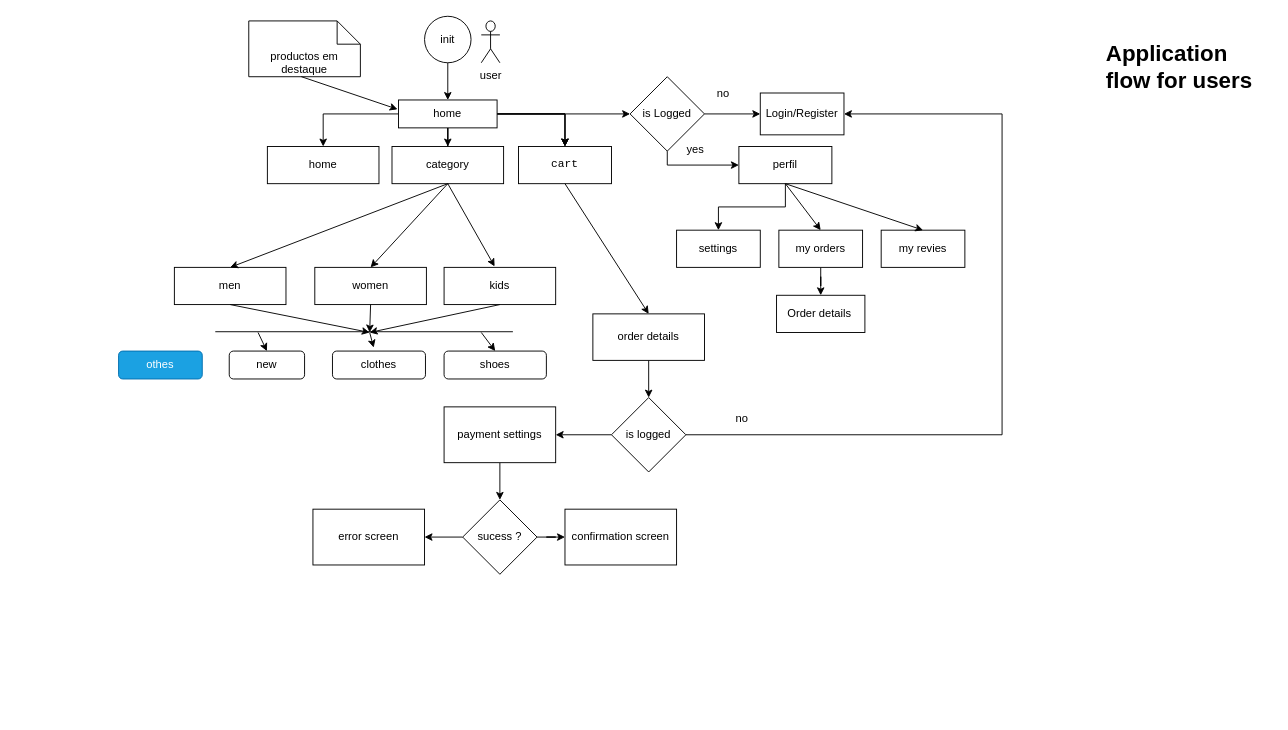
KahiloMassango/loja-das-coisas-app keeps this draw.io diagram as diagrams/userAppFlow_Diagram.drawio. Above is the earlier version. Source tidied: cells renumbered, new cells numbered last; positions are measured from the earlier drawing's top-left corner, leaving out a move shared by most shapes. Both pictures are drawn from the tidied source at 93%, with x=0, y=0 at pixel (118, 16).
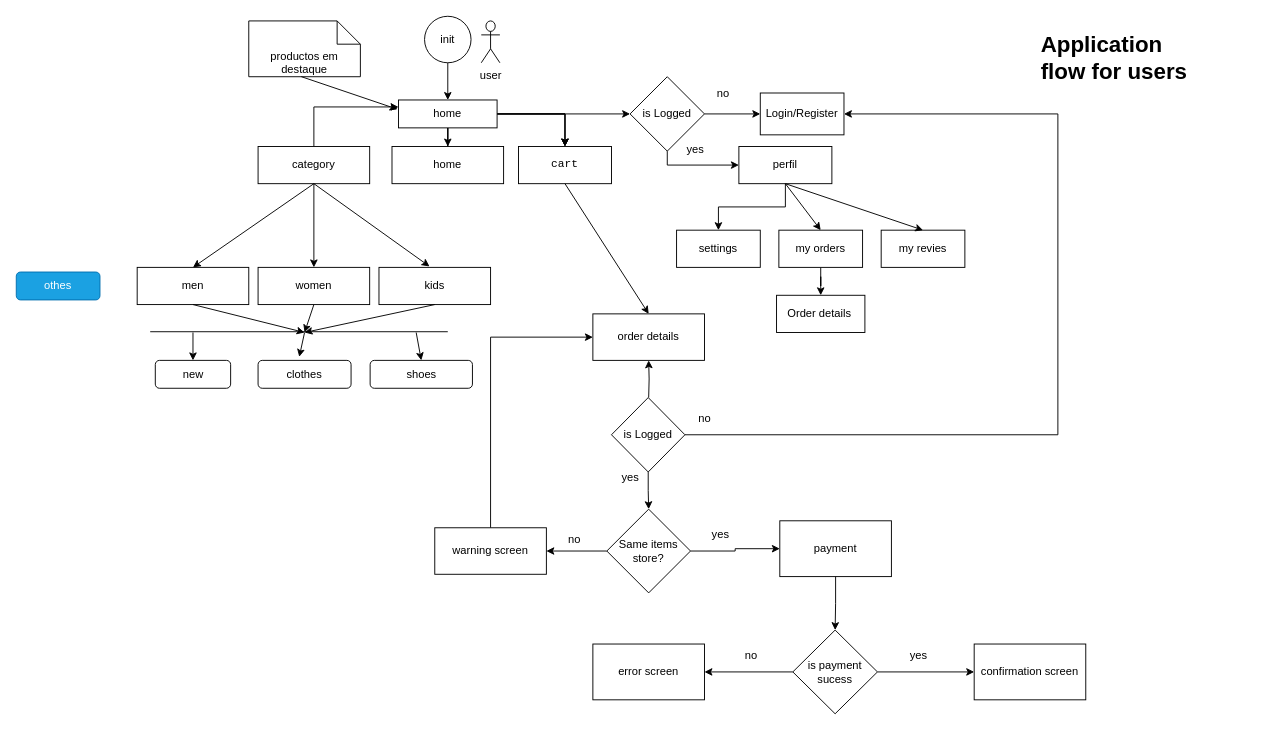
The same page after the edit.

Commit message:
refatoring diagram

The change refers to these unchanged cells:
```xml
<mxCell id="11" value="home" style="whiteSpace=wrap;html=1;" parent="1" vertex="1">
  <mxGeometry x="301" y="90" width="106" height="30" as="geometry" />
</mxCell>
<mxCell id="22" value="Login/Register" style="whiteSpace=wrap;html=1;" parent="1" vertex="1">
  <mxGeometry x="690" y="82.5" width="90" height="45" as="geometry" />
</mxCell>
<mxCell id="50" value="order details" style="rounded=0;whiteSpace=wrap;html=1;" parent="1" vertex="1">
  <mxGeometry x="510" y="320" width="120" height="50" as="geometry" />
</mxCell>
```

The edit, as a diff of the source:
```diff
@@
-    <mxCell id="5" style="edgeStyle=orthogonalEdgeStyle;rounded=0;jettySize=auto;html=1;" parent="1" edge="1" source="11" target="14">
-      <mxGeometry relative="1" as="geometry" />
-    </mxCell>
-    <mxCell id="6" style="edgeStyle=orthogonalEdgeStyle;rounded=0;jettySize=auto;html=1;" parent="1" edge="1" source="11" target="15">
-      <mxGeometry relative="1" as="geometry" />
-    </mxCell>
@@
+    <mxCell id="5" style="edgeStyle=orthogonalEdgeStyle;rounded=0;jettySize=auto;html=1;exitX=0.5;exitY=1;exitDx=0;exitDy=0;" parent="1" edge="1" source="11" target="14">
+      <mxGeometry relative="1" as="geometry" />
+    </mxCell>
@@
     <mxCell id="14" value="home" style="whiteSpace=wrap;html=1;" parent="1" vertex="1">
-      <mxGeometry x="160" y="140" width="120" height="40" as="geometry" />
+      <mxGeometry x="294" y="140" width="120" height="40" as="geometry" />
     </mxCell>
+    <mxCell id="64" style="edgeStyle=orthogonalEdgeStyle;rounded=0;jettySize=auto;html=1;exitX=0.5;exitY=0;exitDx=0;exitDy=0;entryX=0;entryY=0.25;entryDx=0;entryDy=0;" parent="1" edge="1" source="15" target="11">
+      <mxGeometry relative="1" as="geometry" />
+    </mxCell>
     <mxCell id="15" value="category" style="whiteSpace=wrap;html=1;" parent="1" vertex="1">
-      <mxGeometry x="294" y="140" width="120" height="40" as="geometry" />
+      <mxGeometry x="150" y="140" width="120" height="40" as="geometry" />
     </mxCell>
@@
     <mxCell id="32" value="men" style="whiteSpace=wrap;html=1;" parent="1" vertex="1">
-      <mxGeometry x="60" y="270" width="120" height="40" as="geometry" />
+      <mxGeometry x="20" y="270" width="120" height="40" as="geometry" />
     </mxCell>
     <mxCell id="33" value="kids" style="whiteSpace=wrap;html=1;" parent="1" vertex="1">
-      <mxGeometry x="350" y="270" width="120" height="40" as="geometry" />
+      <mxGeometry x="280" y="270" width="120" height="40" as="geometry" />
     </mxCell>
     <mxCell id="34" value="women" style="whiteSpace=wrap;html=1;" parent="1" vertex="1">
-      <mxGeometry x="211" y="270" width="120" height="40" as="geometry" />
+      <mxGeometry x="150" y="270" width="120" height="40" as="geometry" />
     </mxCell>
@@
     <mxCell id="38" value="new" style="rounded=1;whiteSpace=wrap;html=1;" parent="1" vertex="1">
-      <mxGeometry x="119" y="360" width="81" height="30" as="geometry" />
+      <mxGeometry x="39.5" y="370" width="81" height="30" as="geometry" />
     </mxCell>
     <mxCell id="39" value="clothes" style="rounded=1;whiteSpace=wrap;html=1;" parent="1" vertex="1">
-      <mxGeometry x="230" y="360" width="100" height="30" as="geometry" />
+      <mxGeometry x="150" y="370" width="100" height="30" as="geometry" />
     </mxCell>
     <mxCell id="40" value="othes" style="rounded=1;whiteSpace=wrap;html=1;fillColor=#1ba1e2;fontColor=#ffffff;strokeColor=#006EAF;" parent="1" vertex="1">
-      <mxGeometry y="360" width="90" height="30" as="geometry" />
+      <mxGeometry x="-110" y="275" width="90" height="30" as="geometry" />
     </mxCell>
     <mxCell id="41" value="shoes" style="rounded=1;whiteSpace=wrap;html=1;" parent="1" vertex="1">
-      <mxGeometry x="350" y="360" width="110" height="30" as="geometry" />
+      <mxGeometry x="270.5" y="370" width="110" height="30" as="geometry" />
     </mxCell>
     <mxCell id="42" style="endArrow=none;html=1;rounded=0;" parent="1" edge="1">
       <mxGeometry relative="1" as="geometry">
-        <mxPoint x="104" y="339.2" as="sourcePoint" />
-        <mxPoint x="424" y="339.2" as="targetPoint" />
+        <mxPoint x="34" y="339.2" as="sourcePoint" />
+        <mxPoint x="354" y="339.2" as="targetPoint" />
       </mxGeometry>
     </mxCell>
     <mxCell id="43" style="endArrow=classic;html=1;rounded=0;exitX=0.5;exitY=1;exitDx=0;exitDy=0;" parent="1" edge="1" source="32">
       <mxGeometry relative="1" as="geometry">
-        <mxPoint x="270" y="340" as="targetPoint" />
+        <mxPoint x="200" y="340" as="targetPoint" />
       </mxGeometry>
     </mxCell>
     <mxCell id="44" style="endArrow=classic;html=1;rounded=0;exitX=0.5;exitY=1;exitDx=0;exitDy=0;" parent="1" edge="1" source="34">
       <mxGeometry relative="1" as="geometry">
-        <mxPoint x="270" y="340" as="targetPoint" />
+        <mxPoint x="200" y="340" as="targetPoint" />
       </mxGeometry>
     </mxCell>
     <mxCell id="45" style="endArrow=classic;html=1;rounded=0;exitX=0.5;exitY=1;exitDx=0;exitDy=0;" parent="1" edge="1" source="33">
       <mxGeometry relative="1" as="geometry">
-        <mxPoint x="270" y="340" as="targetPoint" />
+        <mxPoint x="200" y="340" as="targetPoint" />
       </mxGeometry>
     </mxCell>
     <mxCell id="46" style="endArrow=classic;html=1;rounded=0;entryX=0.5;entryY=0;entryDx=0;entryDy=0;" parent="1" edge="1" target="38">
       <mxGeometry relative="1" as="geometry">
-        <mxPoint x="150" y="340" as="sourcePoint" />
+        <mxPoint x="80" y="340" as="sourcePoint" />
       </mxGeometry>
     </mxCell>
     <mxCell id="47" style="endArrow=classic;html=1;rounded=0;entryX=0.443;entryY=-0.125;entryDx=0;entryDy=0;entryPerimeter=0;" parent="1" edge="1" target="39">
       <mxGeometry relative="1" as="geometry">
-        <mxPoint x="270" y="340" as="sourcePoint" />
+        <mxPoint x="200" y="340" as="sourcePoint" />
       </mxGeometry>
     </mxCell>
     <mxCell id="48" style="endArrow=classic;html=1;rounded=0;entryX=0.5;entryY=0;entryDx=0;entryDy=0;" parent="1" edge="1" target="41">
       <mxGeometry relative="1" as="geometry">
-        <mxPoint x="390" y="340" as="sourcePoint" />
+        <mxPoint x="320" y="340" as="sourcePoint" />
       </mxGeometry>
     </mxCell>
-    <mxCell id="49" style="edgeStyle=orthogonalEdgeStyle;rounded=0;jettySize=auto;html=1;" parent="1" edge="1" source="50" target="54">
-      <mxGeometry relative="1" as="geometry" />
-    </mxCell>
@@
-    <mxCell id="52" style="edgeStyle=orthogonalEdgeStyle;rounded=0;jettySize=auto;html=1;entryX=1;entryY=0.5;entryDx=0;entryDy=0;" parent="1" edge="1" source="54" target="22">
-      <mxGeometry relative="1" as="geometry">
-        <Array as="points">
-          <mxPoint x="950" y="450" />
-          <mxPoint x="950" y="105" />
-        </Array>
-      </mxGeometry>
-    </mxCell>
-    <mxCell id="53" style="edgeStyle=orthogonalEdgeStyle;rounded=0;jettySize=auto;html=1;" parent="1" edge="1" source="54" target="57">
-      <mxGeometry relative="1" as="geometry" />
-    </mxCell>
-    <mxCell id="54" value="is logged" style="rhombus;whiteSpace=wrap;html=1;rounded=0;" parent="1" vertex="1">
-      <mxGeometry x="530" y="410" width="80" height="80" as="geometry" />
-    </mxCell>
-    <mxCell id="55" value="no" style="text;html=1;align=center;verticalAlign=middle;strokeColor=none;fillColor=none;" parent="1" vertex="1">
-      <mxGeometry x="650" y="418" width="40" height="30" as="geometry" />
-    </mxCell>
-    <mxCell id="56" style="edgeStyle=orthogonalEdgeStyle;rounded=0;jettySize=auto;html=1;" parent="1" edge="1" source="57" target="60">
-      <mxGeometry relative="1" as="geometry" />
-    </mxCell>
-    <mxCell id="57" value="payment settings" style="whiteSpace=wrap;html=1;rounded=0;" parent="1" vertex="1">
-      <mxGeometry x="350" y="420" width="120" height="60" as="geometry" />
+    <mxCell id="57" value="payment" style="whiteSpace=wrap;html=1;rounded=0;" parent="1" vertex="1">
+      <mxGeometry x="711" y="542.5" width="120" height="60" as="geometry" />
     </mxCell>
-    <mxCell id="58" style="edgeStyle=orthogonalEdgeStyle;rounded=0;jettySize=auto;html=1;" parent="1" edge="1" source="60" target="61">
+    <mxCell id="58" style="edgeStyle=orthogonalEdgeStyle;rounded=0;jettySize=auto;html=1;entryX=1;entryY=0.5;entryDx=0;entryDy=0;" parent="1" edge="1" source="60" target="61">
       <mxGeometry relative="1" as="geometry" />
     </mxCell>
@@
-    <mxCell id="60" value="sucess ?" style="rhombus;whiteSpace=wrap;html=1;rounded=0;" parent="1" vertex="1">
-      <mxGeometry x="370" y="520" width="80" height="80" as="geometry" />
+    <mxCell id="60" value="is payment&lt;br&gt;sucess" style="rhombus;whiteSpace=wrap;html=1;rounded=0;" parent="1" vertex="1">
+      <mxGeometry x="725" y="660" width="91" height="90" as="geometry" />
     </mxCell>
     <mxCell id="61" value="error screen" style="whiteSpace=wrap;html=1;rounded=0;" parent="1" vertex="1">
-      <mxGeometry x="209" y="530" width="120" height="60" as="geometry" />
+      <mxGeometry x="510" y="675" width="120" height="60" as="geometry" />
     </mxCell>
     <mxCell id="62" value="confirmation screen" style="whiteSpace=wrap;html=1;rounded=0;" parent="1" vertex="1">
-      <mxGeometry x="480" y="530" width="120" height="60" as="geometry" />
+      <mxGeometry x="920" y="675" width="120" height="60" as="geometry" />
     </mxCell>
     <mxCell id="63" value="&lt;h1 style=&quot;margin-top: 0px;&quot;&gt;Application flow for users&lt;/h1&gt;" style="text;html=1;whiteSpace=wrap;overflow=hidden;rounded=0;" parent="1" vertex="1">
-      <mxGeometry x="1060" y="20" width="180" height="120" as="geometry" />
+      <mxGeometry x="990" y="10" width="180" height="120" as="geometry" />
     </mxCell>
+    <mxCell id="56" style="edgeStyle=orthogonalEdgeStyle;rounded=0;jettySize=auto;html=1;entryX=0.5;entryY=0;entryDx=0;entryDy=0;exitX=0.5;exitY=1;exitDx=0;exitDy=0;" parent="1" edge="1" source="57" target="60">
+      <mxGeometry relative="1" as="geometry" />
+    </mxCell>
+    <mxCell id="65" value="no" style="text;html=1;align=center;verticalAlign=middle;strokeColor=none;fillColor=none;" parent="1" vertex="1">
+      <mxGeometry x="660" y="673" width="40" height="30" as="geometry" />
+    </mxCell>
+    <mxCell id="66" value="yes" style="text;html=1;align=center;verticalAlign=middle;strokeColor=none;fillColor=none;" parent="1" vertex="1">
+      <mxGeometry x="840" y="673" width="40" height="30" as="geometry" />
+    </mxCell>
+    <mxCell id="67" style="edgeStyle=orthogonalEdgeStyle;rounded=0;jettySize=auto;html=1;exitX=0.5;exitY=0;exitDx=0;exitDy=0;entryX=0.5;entryY=1;entryDx=0;entryDy=0;" parent="1" edge="1" target="50">
+      <mxGeometry relative="1" as="geometry">
+        <mxPoint x="570" y="410" as="sourcePoint" />
+      </mxGeometry>
+    </mxCell>
+    <mxCell id="68" style="edgeStyle=orthogonalEdgeStyle;rounded=0;jettySize=auto;html=1;exitX=0;exitY=0.5;exitDx=0;exitDy=0;entryX=1;entryY=0.5;entryDx=0;entryDy=0;" parent="1" edge="1" source="76" target="71">
+      <mxGeometry relative="1" as="geometry" />
+    </mxCell>
+    <mxCell id="69" value="yes" style="text;html=1;align=center;verticalAlign=middle;strokeColor=none;fillColor=none;" parent="1" vertex="1">
+      <mxGeometry x="627" y="542.5" width="40" height="30" as="geometry" />
+    </mxCell>
+    <mxCell id="70" style="edgeStyle=orthogonalEdgeStyle;rounded=0;jettySize=auto;html=1;exitX=0.5;exitY=0;exitDx=0;exitDy=0;entryX=0;entryY=0.5;entryDx=0;entryDy=0;" parent="1" edge="1" source="71" target="50">
+      <mxGeometry relative="1" as="geometry" />
+    </mxCell>
+    <mxCell id="71" value="warning screen" style="rounded=0;whiteSpace=wrap;html=1;" parent="1" vertex="1">
+      <mxGeometry x="340" y="550" width="120" height="50" as="geometry" />
+    </mxCell>
+    <mxCell id="72" style="edgeStyle=orthogonalEdgeStyle;rounded=0;jettySize=auto;html=1;exitX=0.5;exitY=1;exitDx=0;exitDy=0;entryX=0.5;entryY=0;entryDx=0;entryDy=0;" parent="1" edge="1" source="74" target="76">
+      <mxGeometry relative="1" as="geometry" />
+    </mxCell>
+    <mxCell id="73" style="edgeStyle=orthogonalEdgeStyle;rounded=0;jettySize=auto;html=1;exitX=1;exitY=0.5;exitDx=0;exitDy=0;entryX=1;entryY=0.5;entryDx=0;entryDy=0;" parent="1" edge="1" source="74" target="22">
+      <mxGeometry relative="1" as="geometry">
+        <Array as="points">
+          <mxPoint x="1010" y="450" />
+          <mxPoint x="1010" y="105" />
+        </Array>
+      </mxGeometry>
+    </mxCell>
+    <mxCell id="74" value="is Logged" style="rhombus;whiteSpace=wrap;html=1;" parent="1" vertex="1">
+      <mxGeometry x="530" y="410" width="79" height="80" as="geometry" />
+    </mxCell>
+    <mxCell id="75" style="edgeStyle=orthogonalEdgeStyle;rounded=0;jettySize=auto;html=1;exitX=1;exitY=0.5;exitDx=0;exitDy=0;entryX=0;entryY=0.5;entryDx=0;entryDy=0;" parent="1" edge="1" source="76" target="57">
+      <mxGeometry relative="1" as="geometry" />
+    </mxCell>
+    <mxCell id="76" value="Same items&lt;br&gt;store?" style="rhombus;whiteSpace=wrap;html=1;" parent="1" vertex="1">
+      <mxGeometry x="525" y="530" width="90" height="90" as="geometry" />
+    </mxCell>
+    <mxCell id="77" value="no" style="text;html=1;align=center;verticalAlign=middle;strokeColor=none;fillColor=none;" parent="1" vertex="1">
+      <mxGeometry x="470" y="548" width="40" height="30" as="geometry" />
+    </mxCell>
+    <mxCell id="78" value="yes&lt;div&gt;&lt;br&gt;&lt;/div&gt;" style="text;html=1;align=center;verticalAlign=middle;strokeColor=none;fillColor=none;" parent="1" vertex="1">
+      <mxGeometry x="530" y="483" width="40" height="40" as="geometry" />
+    </mxCell>
+    <mxCell id="79" value="no" style="text;html=1;align=center;verticalAlign=middle;strokeColor=none;fillColor=none;" parent="1" vertex="1">
+      <mxGeometry x="610" y="418" width="40" height="30" as="geometry" />
+    </mxCell>
```
